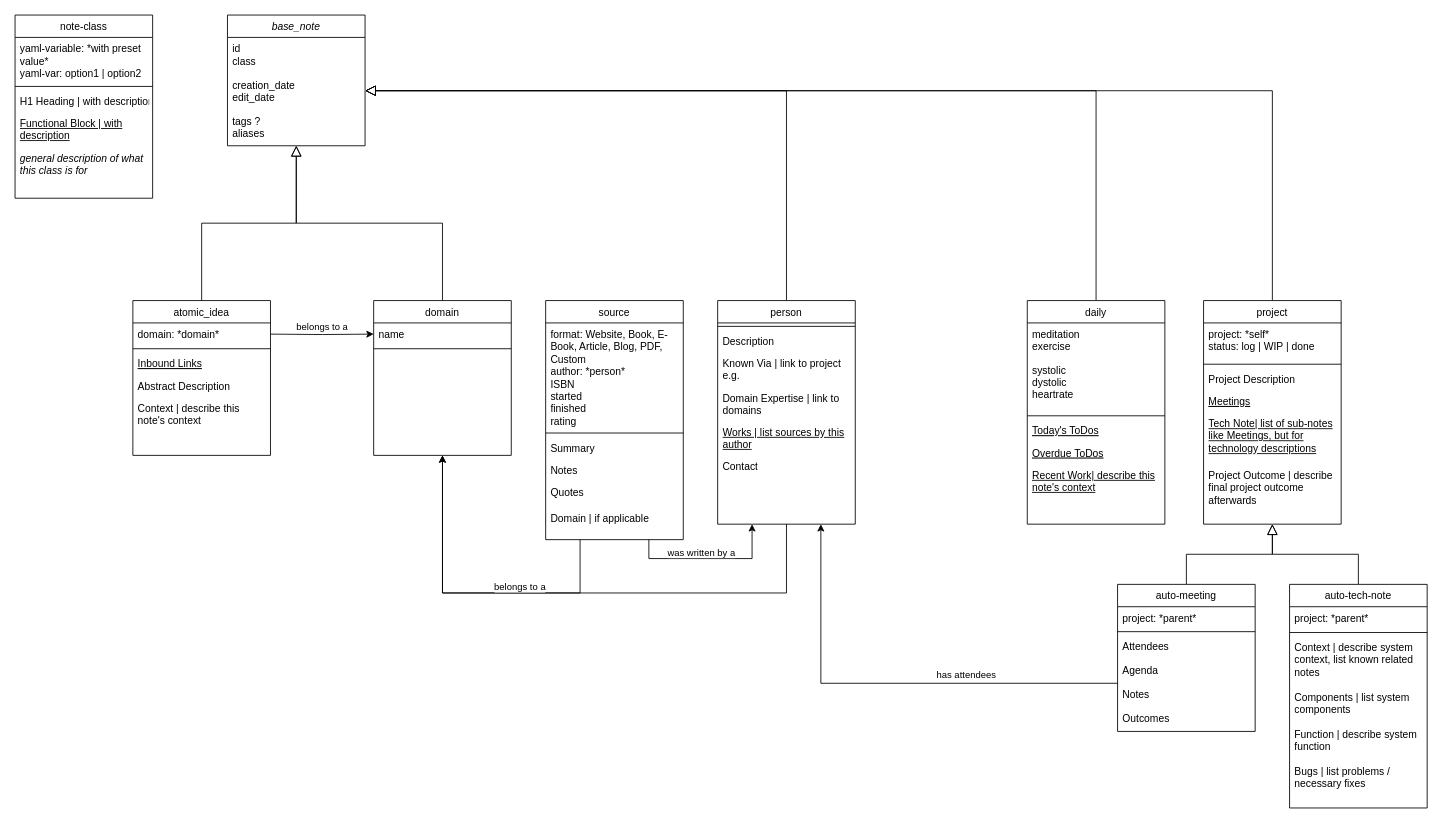
The draw.io diagram OOPKM_Class-Diag_rovi_v1.drawio in jaltgen/obsidian-meeting-workflow, before the edit. Source tidied: cells renumbered, new cells numbered last; positions are measured from the earlier drawing's top-left corner, leaving out a move shared by most shapes. Both pictures are drawn from the tidied source at 86%, with x=0, y=0 at pixel (15, 15).
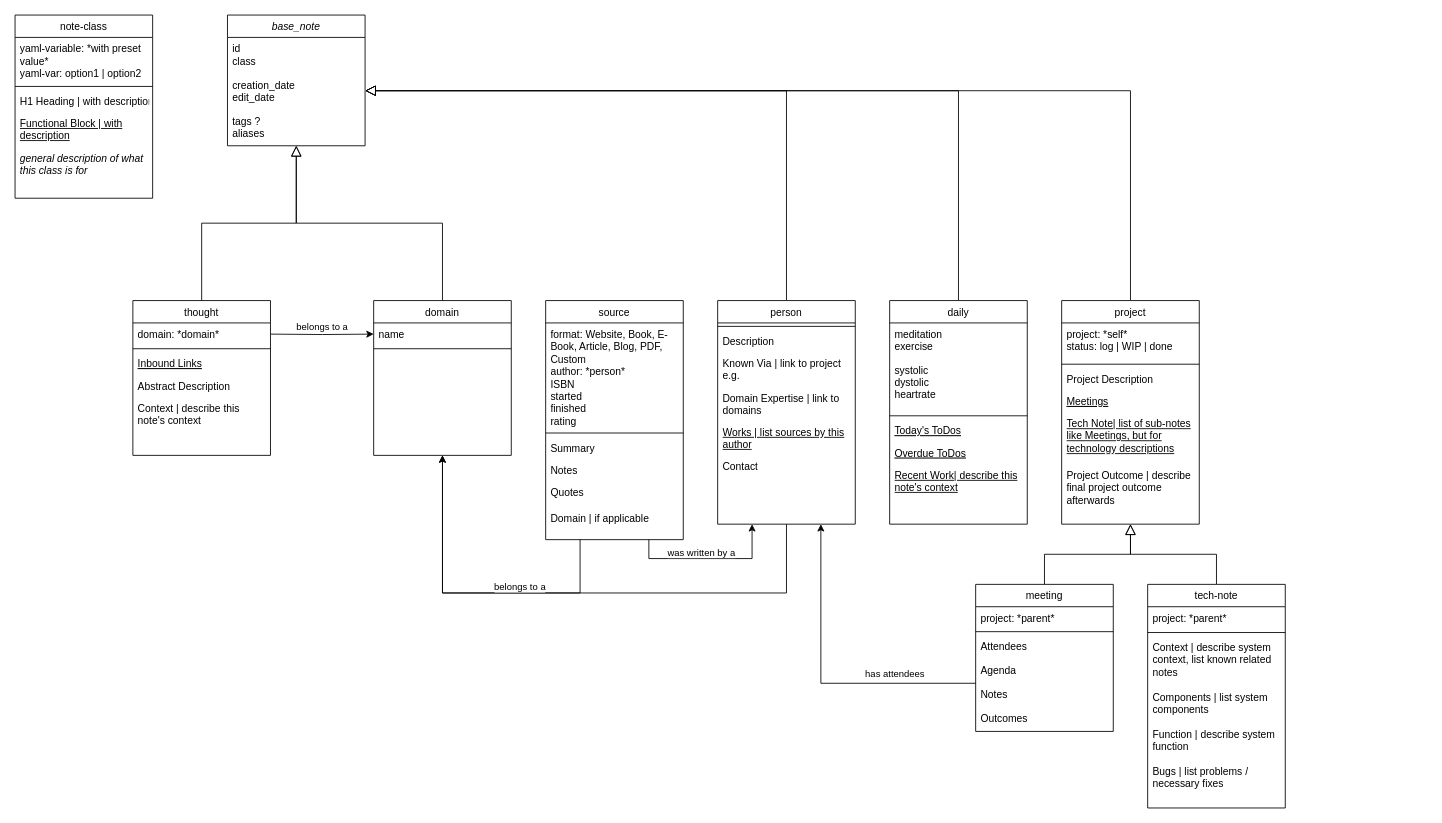
Above is the later version.

Unchanged cells that the change refers to:
```xml
<mxCell id="57" style="edgeStyle=orthogonalEdgeStyle;rounded=0;jettySize=auto;html=1;exitX=0;exitY=0.5;exitDx=0;exitDy=0;entryX=0.75;entryY=1;entryDx=0;entryDy=0;" parent="1" edge="1" source="36" target="50">
  <mxGeometry relative="1" as="geometry" />
</mxCell>
```

The edit, as a diff of the source:
```diff
@@
-    <mxCell id="4" value="atomic_idea" style="swimlane;fontStyle=0;align=center;verticalAlign=top;horizontal=1;startSize=26;rounded=0;shadow=0;strokeWidth=1;" parent="1" vertex="1">
+    <mxCell id="4" value="thought" style="swimlane;fontStyle=0;align=center;verticalAlign=top;horizontal=1;startSize=26;rounded=0;shadow=0;strokeWidth=1;" parent="1" vertex="1">
       <mxGeometry x="137" y="332" width="160" height="180" as="geometry" />
     </mxCell>
@@
     <mxCell id="18" value="daily" style="swimlane;fontStyle=0;align=center;verticalAlign=top;horizontal=1;startSize=26;rounded=0;shadow=0;strokeWidth=1;" parent="1" vertex="1">
-      <mxGeometry x="1177" y="332" width="160" height="260" as="geometry" />
+      <mxGeometry x="1017" y="332" width="160" height="260" as="geometry" />
     </mxCell>
@@
     <mxCell id="25" value="project" style="swimlane;fontStyle=0;align=center;verticalAlign=top;horizontal=1;startSize=26;rounded=0;shadow=0;strokeWidth=1;" parent="1" vertex="1">
-      <mxGeometry x="1382" y="332" width="160" height="260" as="geometry" />
+      <mxGeometry x="1217" y="332" width="160" height="260" as="geometry" />
     </mxCell>
@@
-    <mxCell id="33" value="auto-meeting" style="swimlane;fontStyle=0;align=center;verticalAlign=top;horizontal=1;startSize=26;rounded=0;shadow=0;strokeWidth=1;" parent="1" vertex="1">
-      <mxGeometry x="1282" y="662" width="160" height="171" as="geometry" />
+    <mxCell id="33" value="meeting" style="swimlane;fontStyle=0;align=center;verticalAlign=top;horizontal=1;startSize=26;rounded=0;shadow=0;strokeWidth=1;" parent="1" vertex="1">
+      <mxGeometry x="1117" y="662" width="160" height="171" as="geometry" />
     </mxCell>
@@
-    <mxCell id="38" value="auto-tech-note" style="swimlane;fontStyle=0;align=center;verticalAlign=top;horizontal=1;startSize=26;rounded=0;shadow=0;strokeWidth=1;" parent="1" vertex="1">
-      <mxGeometry x="1482" y="662" width="160" height="260" as="geometry" />
+    <mxCell id="38" value="tech-note" style="swimlane;fontStyle=0;align=center;verticalAlign=top;horizontal=1;startSize=26;rounded=0;shadow=0;strokeWidth=1;" parent="1" vertex="1">
+      <mxGeometry x="1317" y="662" width="160" height="260" as="geometry" />
     </mxCell>
@@
     <mxCell id="58" value="has attendees" style="edgeLabel;html=1;align=center;verticalAlign=middle;" parent="57" vertex="1">
       <mxGeometry x="0.08" y="1" relative="1" as="geometry">
-        <mxPoint x="109" y="-12" as="offset" />
+        <mxPoint x="86" y="5" as="offset" />
       </mxGeometry>
     </mxCell>
```
